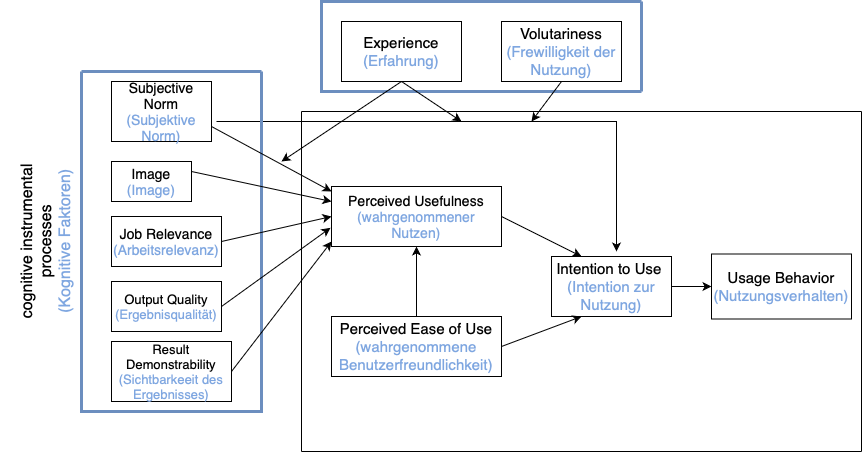
Earlier version of the draw.io export TAM2.drawio.png (Brouny09/Web_Programming). Source tidied: cells renumbered, new cells last; positions are measured from the earlier drawing's top-left corner, leaving out a move shared by most shapes.
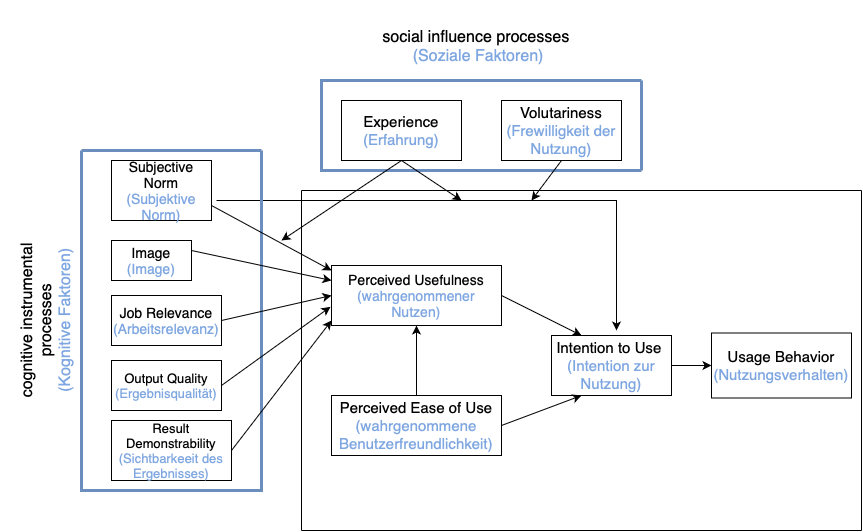
The same diagram one commit later.

The edit, as a diff of the source:
```diff
@@ -120,5 +120,8 @@
         <mxPoint x="340" y="275" as="targetPoint" />
       </mxGeometry>
     </mxCell>
+    <mxCell id="33" value="&lt;div&gt;&lt;span style=&quot;font-size: 16px;&quot;&gt;social influence processes&lt;/span&gt;&lt;/div&gt;&lt;div&gt;&lt;span style=&quot;font-size: 16px;&quot;&gt;&amp;nbsp;&lt;/span&gt;&lt;span style=&quot;font-size: 16px; color: rgb(126, 166, 224);&quot;&gt;(Soziale Faktoren)&lt;/span&gt;&lt;br&gt;&lt;/div&gt;" style="text;html=1;align=center;verticalAlign=middle;whiteSpace=wrap;rounded=0;rotation=0;" parent="1" vertex="1">
+      <mxGeometry x="430" y="35" width="210" height="92.5" as="geometry" />
+    </mxCell>
   </root>
 </mxGraphModel>
```
